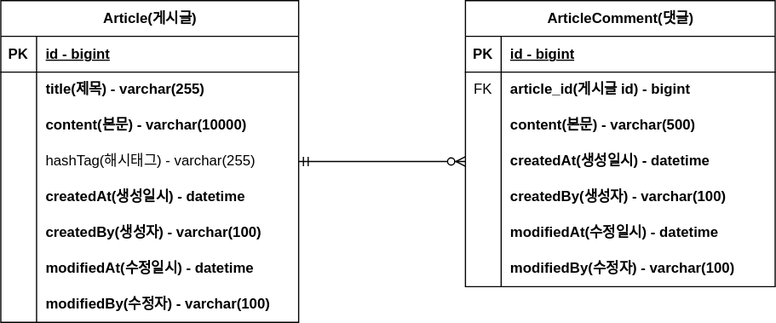
Earlier version of the draw.io export document/project-board-erd.svg (khie74/fastcampus-project-board). Source tidied: cells renumbered, new cells last; positions are measured from the earlier drawing's top-left corner, leaving out a move shared by most shapes.
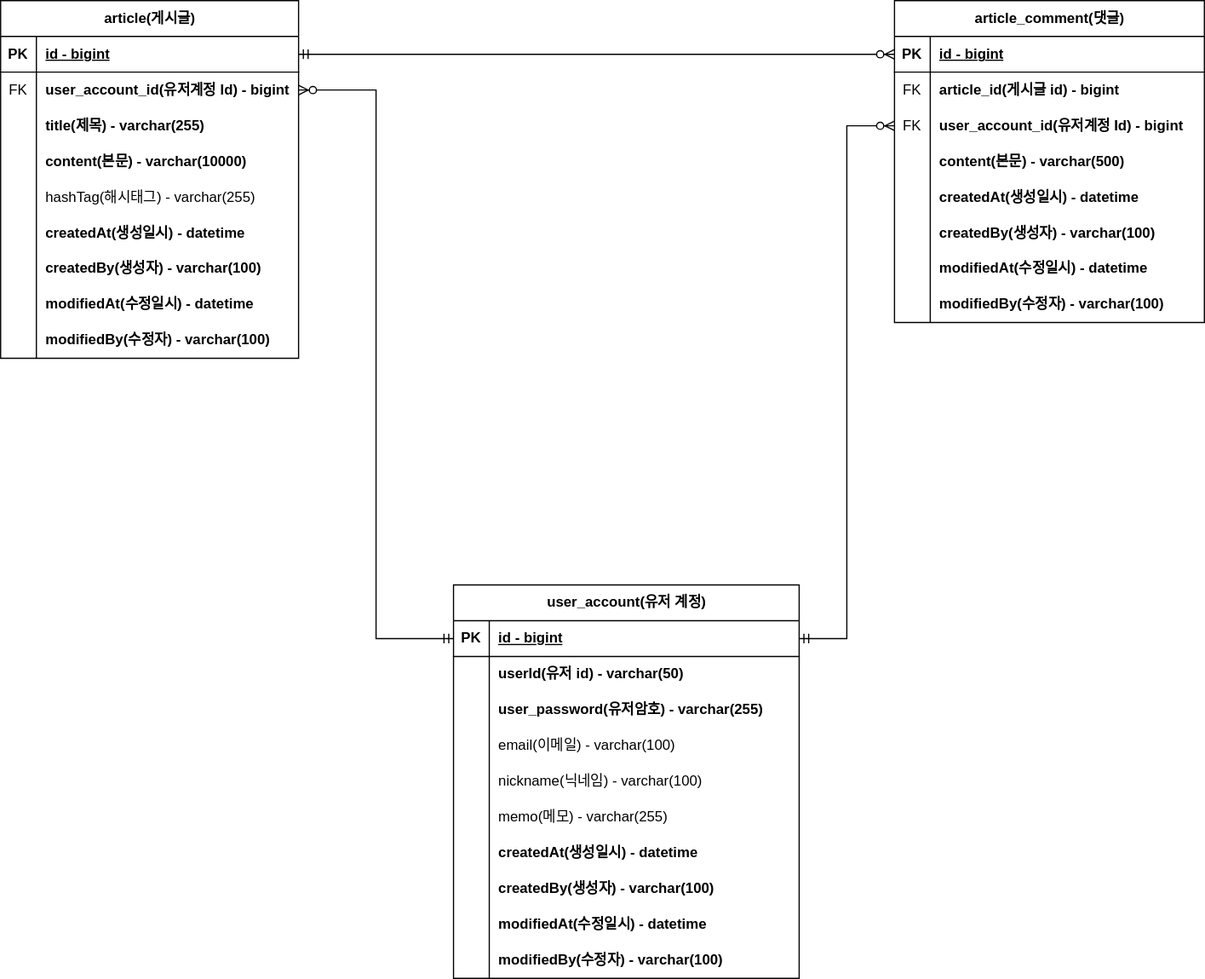
The same file after the commit.

Commit message:
#21 - 계정 도메인 추가 작업 project-board-erd.svg 업데이트

Diff of the diagram source:
```diff
@@ -2,8 +2,8 @@
   <root>
     <mxCell id="0" />
     <mxCell id="1" parent="0" />
-    <mxCell id="2" value="Article(게시글)" style="shape=table;startSize=30;rowLines=0;fontStyle=1;align=center;html=1;" parent="1" vertex="1">
-      <mxGeometry width="250" height="270" as="geometry" />
+    <mxCell id="2" value="article(게시글)" style="shape=table;startSize=30;rowLines=0;fontStyle=1;align=center;html=1;" parent="1" vertex="1">
+      <mxGeometry x="-80" width="250" height="300" as="geometry" />
     </mxCell>
     <mxCell id="3" style="shape=tableRow;horizontal=0;startSize=0;swimlaneHead=0;swimlaneBody=0;fillColor=none;points=[[0,0.5],[1,0.5]];portConstraint=eastwest;top=0;left=0;right=0;bottom=1;" parent="2" vertex="1">
       <mxGeometry y="30" width="250" height="30" as="geometry" />
@@ -17,14 +17,23 @@
     <mxCell id="6" style="shape=tableRow;horizontal=0;startSize=0;swimlaneHead=0;swimlaneBody=0;fillColor=none;points=[[0,0.5],[1,0.5]];portConstraint=eastwest;top=0;left=0;right=0;bottom=0;" parent="2" vertex="1">
       <mxGeometry y="60" width="250" height="30" as="geometry" />
     </mxCell>
-    <mxCell id="7" style="shape=partialRectangle;fillColor=none;top=0;left=0;bottom=0;right=0;overflow=hidden;whiteSpace=wrap;html=1;" parent="6" vertex="1">
+    <mxCell id="7" value="FK" style="shape=partialRectangle;fillColor=none;top=0;left=0;bottom=0;right=0;overflow=hidden;whiteSpace=wrap;html=1;" parent="6" vertex="1">
       <mxGeometry width="30" height="30" as="geometry" />
     </mxCell>
-    <mxCell id="8" value="&lt;b&gt;title(제목) - varchar(255)&lt;/b&gt;" style="shape=partialRectangle;fillColor=none;top=0;left=0;bottom=0;right=0;align=left;spacingLeft=6;overflow=hidden;whiteSpace=wrap;html=1;" parent="6" vertex="1">
+    <mxCell id="8" value="&lt;b&gt;user_account_id(유저계정 Id) - bigint&lt;/b&gt;" style="shape=partialRectangle;fillColor=none;top=0;left=0;bottom=0;right=0;align=left;spacingLeft=6;overflow=hidden;whiteSpace=wrap;html=1;" parent="6" vertex="1">
       <mxGeometry x="30" width="220" height="30" as="geometry" />
     </mxCell>
+    <mxCell id="50" style="shape=tableRow;horizontal=0;startSize=0;swimlaneHead=0;swimlaneBody=0;fillColor=none;top=0;left=0;right=0;bottom=0;" parent="2" vertex="1">
+      <mxGeometry y="90" width="250" height="30" as="geometry" />
+    </mxCell>
+    <mxCell id="51" style="shape=partialRectangle;fillColor=none;top=0;left=0;bottom=0;right=0;overflow=hidden;whiteSpace=wrap;html=1;" parent="50" vertex="1">
+      <mxGeometry width="30" height="30" as="geometry" />
+    </mxCell>
+    <mxCell id="52" value="&lt;b&gt;title(제목) - varchar(255)&lt;/b&gt;" style="shape=partialRectangle;fillColor=none;top=0;left=0;bottom=0;right=0;align=left;spacingLeft=6;overflow=hidden;whiteSpace=wrap;html=1;" parent="50" vertex="1">
+      <mxGeometry x="30" width="220" height="30" as="geometry" />
+    </mxCell>
     <mxCell id="9" style="shape=tableRow;horizontal=0;startSize=0;swimlaneHead=0;swimlaneBody=0;fillColor=none;top=0;left=0;right=0;bottom=0;" parent="2" vertex="1">
-      <mxGeometry y="90" width="250" height="30" as="geometry" />
+      <mxGeometry y="120" width="250" height="30" as="geometry" />
     </mxCell>
     <mxCell id="10" style="shape=partialRectangle;fillColor=none;top=0;left=0;bottom=0;right=0;overflow=hidden;whiteSpace=wrap;html=1;" parent="9" vertex="1">
       <mxGeometry width="30" height="30" as="geometry" />
@@ -33,7 +42,7 @@
       <mxGeometry x="30" width="220" height="30" as="geometry" />
     </mxCell>
     <mxCell id="12" style="shape=tableRow;horizontal=0;startSize=0;swimlaneHead=0;swimlaneBody=0;fillColor=none;points=[[0,0.5],[1,0.5]];portConstraint=eastwest;top=0;left=0;right=0;bottom=0;" parent="2" vertex="1">
-      <mxGeometry y="120" width="250" height="30" as="geometry" />
+      <mxGeometry y="150" width="250" height="30" as="geometry" />
     </mxCell>
     <mxCell id="13" style="shape=partialRectangle;fillColor=none;top=0;left=0;bottom=0;right=0;overflow=hidden;whiteSpace=wrap;html=1;" parent="12" vertex="1">
       <mxGeometry width="30" height="30" as="geometry" />
@@ -42,7 +51,7 @@
       <mxGeometry x="30" width="220" height="30" as="geometry" />
     </mxCell>
     <mxCell id="15" style="shape=tableRow;horizontal=0;startSize=0;swimlaneHead=0;swimlaneBody=0;fillColor=none;top=0;left=0;right=0;bottom=0;" parent="2" vertex="1">
-      <mxGeometry y="150" width="250" height="30" as="geometry" />
+      <mxGeometry y="180" width="250" height="30" as="geometry" />
     </mxCell>
     <mxCell id="16" style="shape=partialRectangle;fillColor=none;top=0;left=0;bottom=0;right=0;overflow=hidden;whiteSpace=wrap;html=1;" parent="15" vertex="1">
       <mxGeometry width="30" height="30" as="geometry" />
@@ -51,7 +60,7 @@
       <mxGeometry x="30" width="220" height="30" as="geometry" />
     </mxCell>
     <mxCell id="18" style="shape=tableRow;horizontal=0;startSize=0;swimlaneHead=0;swimlaneBody=0;fillColor=none;top=0;left=0;right=0;bottom=0;" parent="2" vertex="1">
-      <mxGeometry y="180" width="250" height="30" as="geometry" />
+      <mxGeometry y="210" width="250" height="30" as="geometry" />
     </mxCell>
     <mxCell id="19" style="shape=partialRectangle;fillColor=none;top=0;left=0;bottom=0;right=0;overflow=hidden;whiteSpace=wrap;html=1;" parent="18" vertex="1">
       <mxGeometry width="30" height="30" as="geometry" />
@@ -60,7 +69,7 @@
       <mxGeometry x="30" width="220" height="30" as="geometry" />
     </mxCell>
     <mxCell id="21" style="shape=tableRow;horizontal=0;startSize=0;swimlaneHead=0;swimlaneBody=0;fillColor=none;top=0;left=0;right=0;bottom=0;" parent="2" vertex="1">
-      <mxGeometry y="210" width="250" height="30" as="geometry" />
+      <mxGeometry y="240" width="250" height="30" as="geometry" />
     </mxCell>
     <mxCell id="22" style="shape=partialRectangle;fillColor=none;top=0;left=0;bottom=0;right=0;overflow=hidden;whiteSpace=wrap;html=1;" parent="21" vertex="1">
       <mxGeometry width="30" height="30" as="geometry" />
@@ -69,7 +78,7 @@
       <mxGeometry x="30" width="220" height="30" as="geometry" />
     </mxCell>
     <mxCell id="24" style="shape=tableRow;horizontal=0;startSize=0;swimlaneHead=0;swimlaneBody=0;fillColor=none;top=0;left=0;right=0;bottom=0;" parent="2" vertex="1">
-      <mxGeometry y="240" width="250" height="30" as="geometry" />
+      <mxGeometry y="270" width="250" height="30" as="geometry" />
     </mxCell>
     <mxCell id="25" style="shape=partialRectangle;fillColor=none;top=0;left=0;bottom=0;right=0;overflow=hidden;whiteSpace=wrap;html=1;" parent="24" vertex="1">
       <mxGeometry width="30" height="30" as="geometry" />
@@ -77,8 +86,8 @@
     <mxCell id="26" value="&lt;b&gt;modifiedBy(수정자) - varchar(100)&lt;/b&gt;" style="shape=partialRectangle;fillColor=none;top=0;left=0;bottom=0;right=0;align=left;spacingLeft=6;overflow=hidden;whiteSpace=wrap;html=1;" parent="24" vertex="1">
       <mxGeometry x="30" width="220" height="30" as="geometry" />
     </mxCell>
-    <mxCell id="27" value="ArticleComment(댓글)" style="shape=table;startSize=30;rowLines=0;fontStyle=1;align=center;html=1;" parent="1" vertex="1">
-      <mxGeometry x="390" width="260" height="240" as="geometry" />
+    <mxCell id="27" value="article_comment(댓글)" style="shape=table;startSize=30;rowLines=0;fontStyle=1;align=center;html=1;" parent="1" vertex="1">
+      <mxGeometry x="670" width="260" height="270" as="geometry" />
     </mxCell>
     <mxCell id="28" style="shape=tableRow;horizontal=0;startSize=0;swimlaneHead=0;swimlaneBody=0;fillColor=none;points=[[0,0.5],[1,0.5]];portConstraint=eastwest;top=0;left=0;right=0;bottom=1;" parent="27" vertex="1">
       <mxGeometry y="30" width="260" height="30" as="geometry" />
@@ -98,8 +107,17 @@
     <mxCell id="33" value="&lt;b&gt;article_id(게시글 id) - bigint&lt;/b&gt;" style="shape=partialRectangle;fillColor=none;top=0;left=0;bottom=0;right=0;align=left;spacingLeft=6;overflow=hidden;whiteSpace=wrap;html=1;" parent="31" vertex="1">
       <mxGeometry x="30" width="230" height="30" as="geometry" />
     </mxCell>
+    <mxCell id="53" style="shape=tableRow;horizontal=0;startSize=0;swimlaneHead=0;swimlaneBody=0;fillColor=none;points=[[0,0.5],[1,0.5]];portConstraint=eastwest;top=0;left=0;right=0;bottom=0;" parent="27" vertex="1">
+      <mxGeometry y="90" width="260" height="30" as="geometry" />
+    </mxCell>
+    <mxCell id="54" value="FK" style="shape=partialRectangle;fillColor=none;top=0;left=0;bottom=0;right=0;overflow=hidden;whiteSpace=wrap;html=1;" parent="53" vertex="1">
+      <mxGeometry width="30" height="30" as="geometry" />
+    </mxCell>
+    <mxCell id="55" value="&lt;b&gt;user_account_id(유저계정 Id) - bigint&lt;/b&gt;" style="shape=partialRectangle;fillColor=none;top=0;left=0;bottom=0;right=0;align=left;spacingLeft=6;overflow=hidden;whiteSpace=wrap;html=1;" parent="53" vertex="1">
+      <mxGeometry x="30" width="230" height="30" as="geometry" />
+    </mxCell>
     <mxCell id="34" style="shape=tableRow;horizontal=0;startSize=0;swimlaneHead=0;swimlaneBody=0;fillColor=none;top=0;left=0;right=0;bottom=0;" parent="27" vertex="1">
-      <mxGeometry y="90" width="260" height="30" as="geometry" />
+      <mxGeometry y="120" width="260" height="30" as="geometry" />
     </mxCell>
     <mxCell id="35" style="shape=partialRectangle;fillColor=none;top=0;left=0;bottom=0;right=0;overflow=hidden;whiteSpace=wrap;html=1;" parent="34" vertex="1">
       <mxGeometry width="30" height="30" as="geometry" />
@@ -108,7 +126,7 @@
       <mxGeometry x="30" width="230" height="30" as="geometry" />
     </mxCell>
     <mxCell id="37" style="shape=tableRow;horizontal=0;startSize=0;swimlaneHead=0;swimlaneBody=0;fillColor=none;points=[[0,0.5],[1,0.5]];portConstraint=eastwest;top=0;left=0;right=0;bottom=0;" parent="27" vertex="1">
-      <mxGeometry y="120" width="260" height="30" as="geometry" />
+      <mxGeometry y="150" width="260" height="30" as="geometry" />
     </mxCell>
     <mxCell id="38" style="shape=partialRectangle;fillColor=none;top=0;left=0;bottom=0;right=0;overflow=hidden;whiteSpace=wrap;html=1;" parent="37" vertex="1">
       <mxGeometry width="30" height="30" as="geometry" />
@@ -117,7 +135,7 @@
       <mxGeometry x="30" width="230" height="30" as="geometry" />
     </mxCell>
     <mxCell id="40" style="shape=tableRow;horizontal=0;startSize=0;swimlaneHead=0;swimlaneBody=0;fillColor=none;top=0;left=0;right=0;bottom=0;" parent="27" vertex="1">
-      <mxGeometry y="150" width="260" height="30" as="geometry" />
+      <mxGeometry y="180" width="260" height="30" as="geometry" />
     </mxCell>
     <mxCell id="41" style="shape=partialRectangle;fillColor=none;top=0;left=0;bottom=0;right=0;overflow=hidden;whiteSpace=wrap;html=1;" parent="40" vertex="1">
       <mxGeometry width="30" height="30" as="geometry" />
@@ -126,7 +144,7 @@
       <mxGeometry x="30" width="230" height="30" as="geometry" />
     </mxCell>
     <mxCell id="43" style="shape=tableRow;horizontal=0;startSize=0;swimlaneHead=0;swimlaneBody=0;fillColor=none;top=0;left=0;right=0;bottom=0;" parent="27" vertex="1">
-      <mxGeometry y="180" width="260" height="30" as="geometry" />
+      <mxGeometry y="210" width="260" height="30" as="geometry" />
     </mxCell>
     <mxCell id="44" style="shape=partialRectangle;fillColor=none;top=0;left=0;bottom=0;right=0;overflow=hidden;whiteSpace=wrap;html=1;" parent="43" vertex="1">
       <mxGeometry width="30" height="30" as="geometry" />
@@ -135,7 +153,7 @@
       <mxGeometry x="30" width="230" height="30" as="geometry" />
     </mxCell>
     <mxCell id="46" style="shape=tableRow;horizontal=0;startSize=0;swimlaneHead=0;swimlaneBody=0;fillColor=none;top=0;left=0;right=0;bottom=0;" parent="27" vertex="1">
-      <mxGeometry y="210" width="260" height="30" as="geometry" />
+      <mxGeometry y="240" width="260" height="30" as="geometry" />
     </mxCell>
     <mxCell id="47" style="shape=partialRectangle;fillColor=none;top=0;left=0;bottom=0;right=0;overflow=hidden;whiteSpace=wrap;html=1;" parent="46" vertex="1">
       <mxGeometry width="30" height="30" as="geometry" />
@@ -143,8 +161,107 @@
     <mxCell id="48" value="&lt;b&gt;modifiedBy(수정자) - varchar(100)&lt;/b&gt;" style="shape=partialRectangle;fillColor=none;top=0;left=0;bottom=0;right=0;align=left;spacingLeft=6;overflow=hidden;whiteSpace=wrap;html=1;" parent="46" vertex="1">
       <mxGeometry x="30" width="230" height="30" as="geometry" />
     </mxCell>
-    <mxCell id="49" style="edgeStyle=entityRelationEdgeStyle;fontSize=12;html=1;endArrow=ERzeroToMany;startArrow=ERmandOne;rounded=0;exitX=1;exitY=0.5;exitDx=0;exitDy=0;entryX=0;entryY=0.5;entryDx=0;entryDy=0;" parent="1" edge="1" source="12" target="37">
+    <mxCell id="49" style="edgeStyle=entityRelationEdgeStyle;fontSize=12;html=1;endArrow=ERzeroToMany;startArrow=ERmandOne;rounded=0;exitX=1;exitY=0.5;exitDx=0;exitDy=0;entryX=0;entryY=0.5;entryDx=0;entryDy=0;" parent="1" edge="1" source="3" target="28">
       <mxGeometry relative="1" as="geometry" />
     </mxCell>
+    <mxCell id="56" value="user_account(유저 계정)" style="shape=table;startSize=30;rowLines=0;fontStyle=1;align=center;html=1;" parent="1" vertex="1">
+      <mxGeometry x="300" y="490" width="290" height="330" as="geometry" />
+    </mxCell>
+    <mxCell id="57" style="shape=tableRow;horizontal=0;startSize=0;swimlaneHead=0;swimlaneBody=0;fillColor=none;points=[[0,0.5],[1,0.5]];portConstraint=eastwest;top=0;left=0;right=0;bottom=1;" parent="56" vertex="1">
+      <mxGeometry y="30" width="290" height="30" as="geometry" />
+    </mxCell>
+    <mxCell id="58" value="PK" style="shape=partialRectangle;fillColor=none;top=0;left=0;bottom=0;right=0;fontStyle=1;overflow=hidden;whiteSpace=wrap;html=1;" parent="57" vertex="1">
+      <mxGeometry width="30" height="30" as="geometry" />
+    </mxCell>
+    <mxCell id="59" value="id - bigint" style="shape=partialRectangle;fillColor=none;top=0;left=0;bottom=0;right=0;align=left;spacingLeft=6;fontStyle=5;overflow=hidden;whiteSpace=wrap;html=1;" parent="57" vertex="1">
+      <mxGeometry x="30" width="260" height="30" as="geometry" />
+    </mxCell>
+    <mxCell id="60" style="shape=tableRow;horizontal=0;startSize=0;swimlaneHead=0;swimlaneBody=0;fillColor=none;top=0;left=0;right=0;bottom=0;" parent="56" vertex="1">
+      <mxGeometry y="60" width="290" height="30" as="geometry" />
+    </mxCell>
+    <mxCell id="61" style="shape=partialRectangle;fillColor=none;top=0;left=0;bottom=0;right=0;overflow=hidden;whiteSpace=wrap;html=1;" parent="60" vertex="1">
+      <mxGeometry width="30" height="30" as="geometry" />
+    </mxCell>
+    <mxCell id="62" value="&lt;b&gt;userId(유저 id) - varchar(50)&lt;/b&gt;" style="shape=partialRectangle;fillColor=none;top=0;left=0;bottom=0;right=0;align=left;spacingLeft=6;overflow=hidden;whiteSpace=wrap;html=1;" parent="60" vertex="1">
+      <mxGeometry x="30" width="260" height="30" as="geometry" />
+    </mxCell>
+    <mxCell id="63" style="shape=tableRow;horizontal=0;startSize=0;swimlaneHead=0;swimlaneBody=0;fillColor=none;top=0;left=0;right=0;bottom=0;" parent="56" vertex="1">
+      <mxGeometry y="90" width="290" height="30" as="geometry" />
+    </mxCell>
+    <mxCell id="64" style="shape=partialRectangle;fillColor=none;top=0;left=0;bottom=0;right=0;overflow=hidden;whiteSpace=wrap;html=1;" parent="63" vertex="1">
+      <mxGeometry width="30" height="30" as="geometry" />
+    </mxCell>
+    <mxCell id="65" value="&lt;b&gt;user_password(유저암호) - varchar(255)&lt;/b&gt;" style="shape=partialRectangle;fillColor=none;top=0;left=0;bottom=0;right=0;align=left;spacingLeft=6;overflow=hidden;whiteSpace=wrap;html=1;" parent="63" vertex="1">
+      <mxGeometry x="30" width="260" height="30" as="geometry" />
+    </mxCell>
+    <mxCell id="66" style="shape=tableRow;horizontal=0;startSize=0;swimlaneHead=0;swimlaneBody=0;fillColor=none;top=0;left=0;right=0;bottom=0;" parent="56" vertex="1">
+      <mxGeometry y="120" width="290" height="30" as="geometry" />
+    </mxCell>
+    <mxCell id="67" style="shape=partialRectangle;fillColor=none;top=0;left=0;bottom=0;right=0;overflow=hidden;whiteSpace=wrap;html=1;" parent="66" vertex="1">
+      <mxGeometry width="30" height="30" as="geometry" />
+    </mxCell>
+    <mxCell id="68" value="email(이메일) - varchar(100)" style="shape=partialRectangle;fillColor=none;top=0;left=0;bottom=0;right=0;align=left;spacingLeft=6;overflow=hidden;whiteSpace=wrap;html=1;" parent="66" vertex="1">
+      <mxGeometry x="30" width="260" height="30" as="geometry" />
+    </mxCell>
+    <mxCell id="69" style="shape=tableRow;horizontal=0;startSize=0;swimlaneHead=0;swimlaneBody=0;fillColor=none;top=0;left=0;right=0;bottom=0;" parent="56" vertex="1">
+      <mxGeometry y="150" width="290" height="30" as="geometry" />
+    </mxCell>
+    <mxCell id="70" style="shape=partialRectangle;fillColor=none;top=0;left=0;bottom=0;right=0;overflow=hidden;whiteSpace=wrap;html=1;" parent="69" vertex="1">
+      <mxGeometry width="30" height="30" as="geometry" />
+    </mxCell>
+    <mxCell id="71" value="nickname(닉네임) - varchar(100)" style="shape=partialRectangle;fillColor=none;top=0;left=0;bottom=0;right=0;align=left;spacingLeft=6;overflow=hidden;whiteSpace=wrap;html=1;" parent="69" vertex="1">
+      <mxGeometry x="30" width="260" height="30" as="geometry" />
+    </mxCell>
+    <mxCell id="72" style="shape=tableRow;horizontal=0;startSize=0;swimlaneHead=0;swimlaneBody=0;fillColor=none;top=0;left=0;right=0;bottom=0;" parent="56" vertex="1">
+      <mxGeometry y="180" width="290" height="30" as="geometry" />
+    </mxCell>
+    <mxCell id="73" style="shape=partialRectangle;fillColor=none;top=0;left=0;bottom=0;right=0;overflow=hidden;whiteSpace=wrap;html=1;" parent="72" vertex="1">
+      <mxGeometry width="30" height="30" as="geometry" />
+    </mxCell>
+    <mxCell id="74" value="memo(메모) - varchar(255)" style="shape=partialRectangle;fillColor=none;top=0;left=0;bottom=0;right=0;align=left;spacingLeft=6;overflow=hidden;whiteSpace=wrap;html=1;" parent="72" vertex="1">
+      <mxGeometry x="30" width="260" height="30" as="geometry" />
+    </mxCell>
+    <mxCell id="75" style="shape=tableRow;horizontal=0;startSize=0;swimlaneHead=0;swimlaneBody=0;fillColor=none;top=0;left=0;right=0;bottom=0;" parent="56" vertex="1">
+      <mxGeometry y="210" width="290" height="30" as="geometry" />
+    </mxCell>
+    <mxCell id="76" style="shape=partialRectangle;fillColor=none;top=0;left=0;bottom=0;right=0;overflow=hidden;whiteSpace=wrap;html=1;" parent="75" vertex="1">
+      <mxGeometry width="30" height="30" as="geometry" />
+    </mxCell>
+    <mxCell id="77" value="&lt;b&gt;createdAt(생성일시) - datetime&lt;/b&gt;" style="shape=partialRectangle;fillColor=none;top=0;left=0;bottom=0;right=0;align=left;spacingLeft=6;overflow=hidden;whiteSpace=wrap;html=1;" parent="75" vertex="1">
+      <mxGeometry x="30" width="260" height="30" as="geometry" />
+    </mxCell>
+    <mxCell id="78" style="shape=tableRow;horizontal=0;startSize=0;swimlaneHead=0;swimlaneBody=0;fillColor=none;top=0;left=0;right=0;bottom=0;" parent="56" vertex="1">
+      <mxGeometry y="240" width="290" height="30" as="geometry" />
+    </mxCell>
+    <mxCell id="79" style="shape=partialRectangle;fillColor=none;top=0;left=0;bottom=0;right=0;overflow=hidden;whiteSpace=wrap;html=1;" parent="78" vertex="1">
+      <mxGeometry width="30" height="30" as="geometry" />
+    </mxCell>
+    <mxCell id="80" value="&lt;b&gt;createdBy(생성자) - varchar(100)&lt;/b&gt;" style="shape=partialRectangle;fillColor=none;top=0;left=0;bottom=0;right=0;align=left;spacingLeft=6;overflow=hidden;whiteSpace=wrap;html=1;" parent="78" vertex="1">
+      <mxGeometry x="30" width="260" height="30" as="geometry" />
+    </mxCell>
+    <mxCell id="81" style="shape=tableRow;horizontal=0;startSize=0;swimlaneHead=0;swimlaneBody=0;fillColor=none;top=0;left=0;right=0;bottom=0;" parent="56" vertex="1">
+      <mxGeometry y="270" width="290" height="30" as="geometry" />
+    </mxCell>
+    <mxCell id="82" style="shape=partialRectangle;fillColor=none;top=0;left=0;bottom=0;right=0;overflow=hidden;whiteSpace=wrap;html=1;" parent="81" vertex="1">
+      <mxGeometry width="30" height="30" as="geometry" />
+    </mxCell>
+    <mxCell id="83" value="&lt;b&gt;modifiedAt(수정일시) - datetime&lt;/b&gt;" style="shape=partialRectangle;fillColor=none;top=0;left=0;bottom=0;right=0;align=left;spacingLeft=6;overflow=hidden;whiteSpace=wrap;html=1;" parent="81" vertex="1">
+      <mxGeometry x="30" width="260" height="30" as="geometry" />
+    </mxCell>
+    <mxCell id="84" style="shape=tableRow;horizontal=0;startSize=0;swimlaneHead=0;swimlaneBody=0;fillColor=none;top=0;left=0;right=0;bottom=0;" parent="56" vertex="1">
+      <mxGeometry y="300" width="290" height="30" as="geometry" />
+    </mxCell>
+    <mxCell id="85" style="shape=partialRectangle;fillColor=none;top=0;left=0;bottom=0;right=0;overflow=hidden;whiteSpace=wrap;html=1;" parent="84" vertex="1">
+      <mxGeometry width="30" height="30" as="geometry" />
+    </mxCell>
+    <mxCell id="86" value="&lt;b&gt;modifiedBy(수정자) - varchar(100)&lt;/b&gt;" style="shape=partialRectangle;fillColor=none;top=0;left=0;bottom=0;right=0;align=left;spacingLeft=6;overflow=hidden;whiteSpace=wrap;html=1;" parent="84" vertex="1">
+      <mxGeometry x="30" width="260" height="30" as="geometry" />
+    </mxCell>
+    <mxCell id="87" style="edgeStyle=orthogonalEdgeStyle;fontSize=12;html=1;endArrow=ERzeroToMany;startArrow=ERmandOne;rounded=0;exitX=0;exitY=0.5;exitDx=0;exitDy=0;entryX=1;entryY=0.5;entryDx=0;entryDy=0;" parent="1" edge="1" source="57" target="6">
+      <mxGeometry relative="1" as="geometry" />
+    </mxCell>
+    <mxCell id="88" style="fontSize=12;html=1;endArrow=ERzeroToMany;startArrow=ERmandOne;rounded=0;entryX=0;entryY=0.5;entryDx=0;entryDy=0;edgeStyle=orthogonalEdgeStyle;elbow=vertical;exitX=1;exitY=0.5;exitDx=0;exitDy=0;" parent="1" edge="1" source="57" target="53">
+      <mxGeometry relative="1" as="geometry" />
+    </mxCell>
   </root>
 </mxGraphModel>
```
